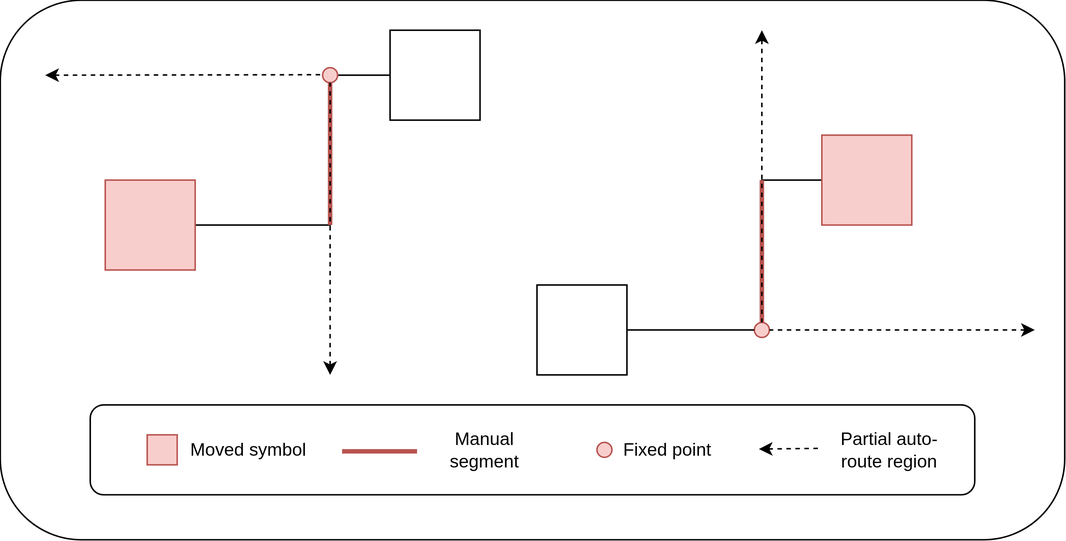
Earlier version of the draw.io export docs/img/analysis/partialAutoroute.svg (petraratkai/ISSIE_DrawBlock). Source tidied: cells renumbered, new cells last; positions are measured from the earlier drawing's top-left corner, leaving out a move shared by most shapes.
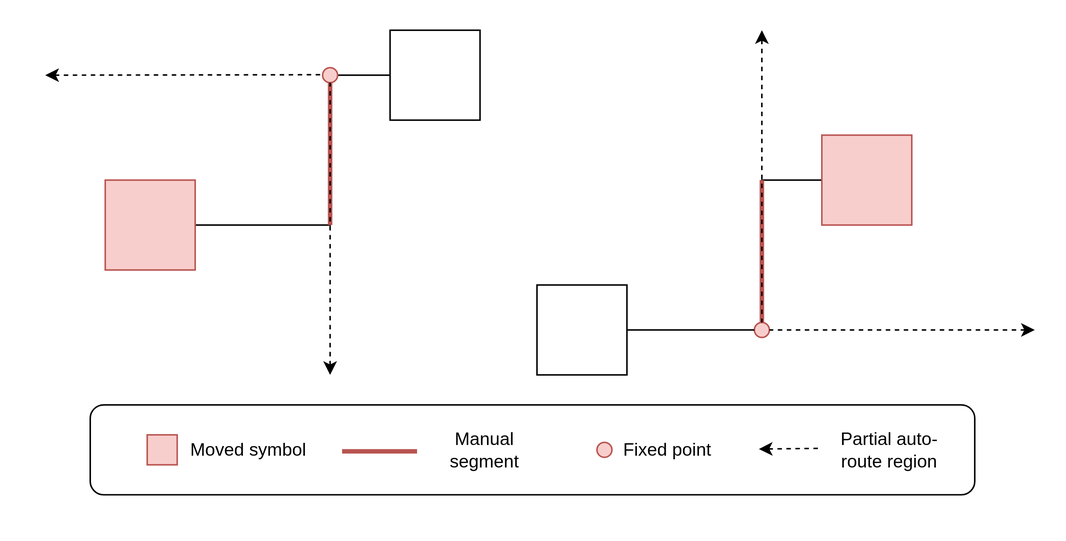
The same diagram one commit later.

The edit, as a diff of the source:
```diff
@@ -2,7 +2,7 @@
   <root>
     <mxCell id="0" />
     <mxCell id="1" parent="0" />
-    <mxCell id="2" style="rounded=1;whiteSpace=wrap;html=1;" parent="1" vertex="1">
+    <mxCell id="2" style="rounded=1;whiteSpace=wrap;html=1;strokeColor=none;" parent="1" vertex="1">
       <mxGeometry width="710" height="360" as="geometry" />
     </mxCell>
     <mxCell id="3" style="rounded=1;whiteSpace=wrap;html=1;" parent="1" vertex="1">
```
